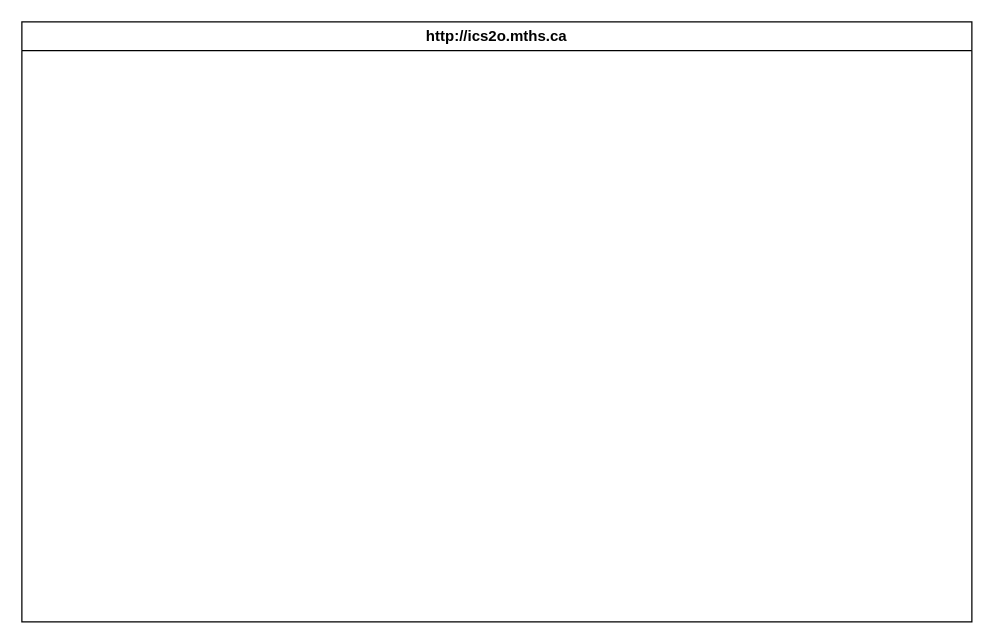
The draw.io diagram design/storyboard.drawio in MTHS-ICS2O-2-2022/ICS2O-Unit-5-03-jakub-malhotra, before the edit. Source tidied: cells renumbered, new cells numbered last; positions are measured from the earlier drawing's top-left corner, leaving out a move shared by most shapes. Both pictures are drawn from the tidied source at 125%, with x=0, y=0 at pixel (21, 21).
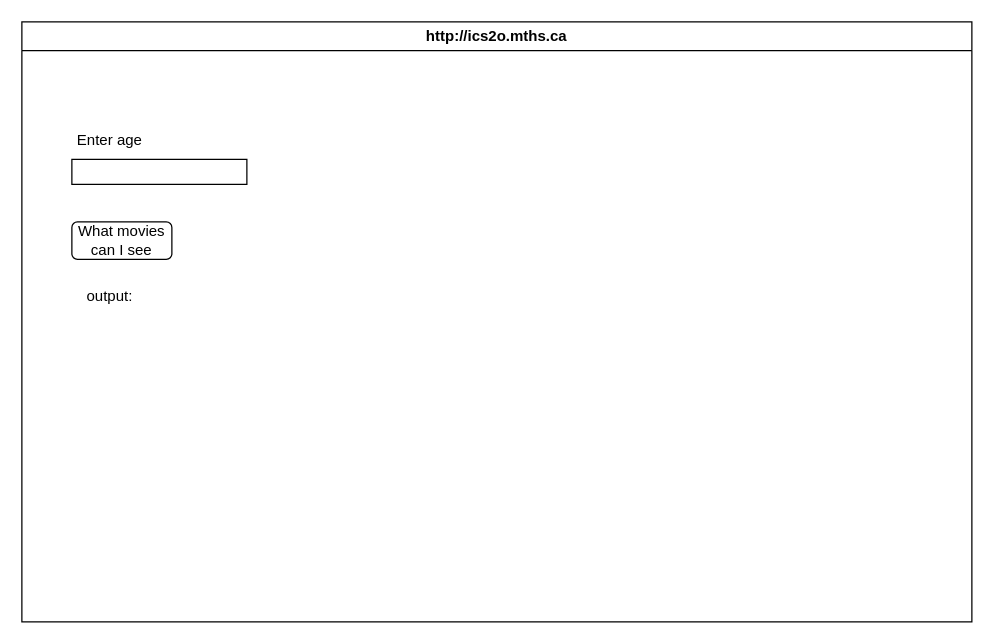
After the change.

Diff of the diagram source:
```diff
@@
 <mxGraphModel>
   <root>
     <mxCell id="0" />
     <mxCell id="1" parent="0" />
     <mxCell id="2" value="http://ics2o.mths.ca" style="swimlane;whiteSpace=wrap;html=1;" parent="1" vertex="1">
       <mxGeometry width="760" height="480" as="geometry" />
     </mxCell>
+    <mxCell id="3" value="Enter age" style="text;html=1;align=center;verticalAlign=middle;strokeColor=none;fillColor=none;" parent="2" vertex="1">
+      <mxGeometry x="30" y="80" width="80" height="30" as="geometry" />
+    </mxCell>
+    <mxCell id="4" value="What movies can I see" style="rounded=1;whiteSpace=wrap;html=1;" parent="2" vertex="1">
+      <mxGeometry x="40" y="160" width="80" height="30" as="geometry" />
+    </mxCell>
+    <mxCell id="5" style="whiteSpace=wrap;html=1;" parent="2" vertex="1">
+      <mxGeometry x="40" y="110" width="140" height="20" as="geometry" />
+    </mxCell>
+    <mxCell id="6" value="output:" style="text;html=1;align=center;verticalAlign=middle;strokeColor=none;fillColor=none;" parent="1" vertex="1">
+      <mxGeometry x="40" y="205" width="60" height="30" as="geometry" />
+    </mxCell>
   </root>
 </mxGraphModel>
```
